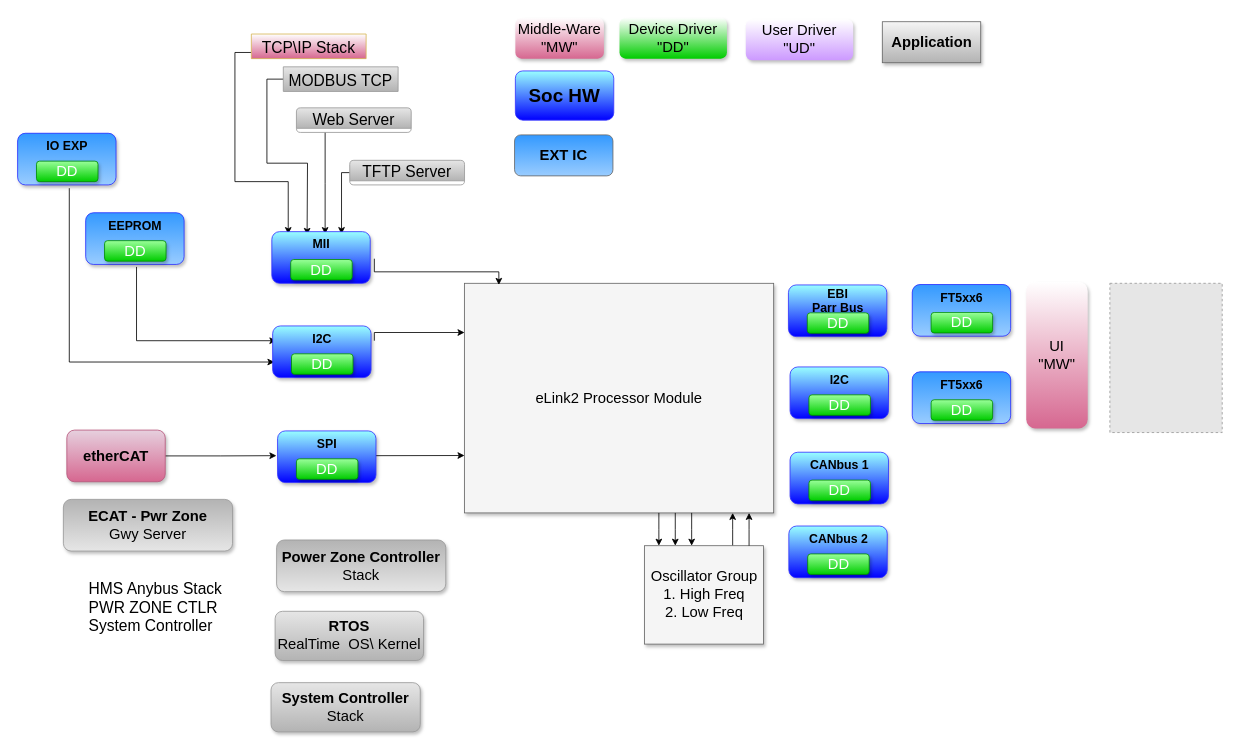
Above: page "Page-2" (2 of 2) of eLink2/anatomy_fw2.drawio in vkeiper/flowcharts (draw.io), before the change. Source tidied: cells renumbered, new cells numbered last; positions are measured from the earlier drawing's top-left corner, leaving out a move shared by most shapes. Both pictures are drawn from the tidied source at 82%, with x=0, y=0 at pixel (17, 17). Pictures stored in the file or linked from it are replaced by grey dashed boxes.
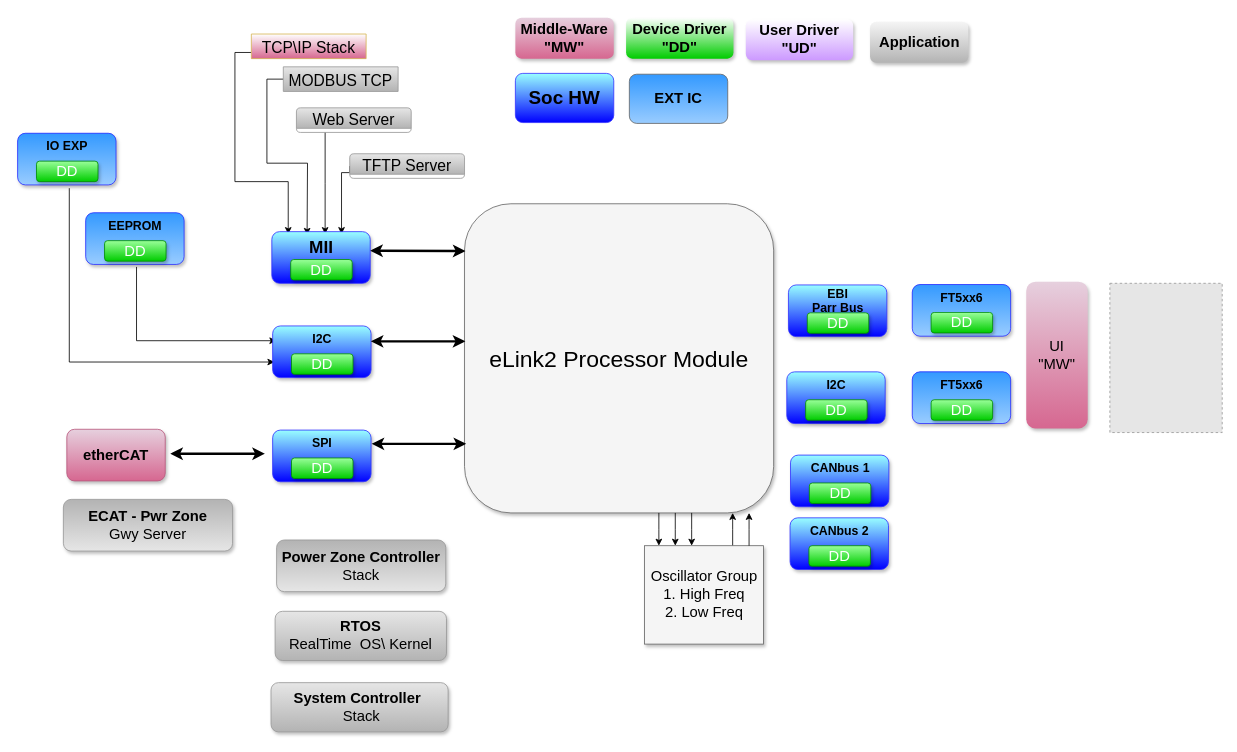
The same page after the edit.

The change refers to these unchanged cells:
```xml
<mxCell id="65" style="group;rounded=1;shadow=0;strokeColor=none;strokeWidth=4;fillColor=none;gradientColor=#E6D0DE;fontSize=15;fontColor=#000000;align=center;" parent="1" vertex="1">
  <mxGeometry x="310" y="261" width="120" height="63" as="geometry" />
</mxCell>
<mxCell id="69" style="group;rounded=1;shadow=0;strokeColor=none;strokeWidth=4;fillColor=none;gradientColor=#E6D0DE;fontSize=15;fontColor=#000000;align=center;" parent="1" vertex="1">
  <mxGeometry x="311" y="376" width="120" height="63" as="geometry" />
</mxCell>
```

The edit, as a diff of the source:
```diff
@@
-    <mxCell id="3" value="eLink2 Processor&amp;nbsp;Module&lt;br&gt;" style="whiteSpace=wrap;html=1;shadow=1;fontSize=18;fillColor=#f5f5f5;strokeColor=#666666;" parent="1" vertex="1">
-      <mxGeometry x="545" y="324" width="377" height="280" as="geometry" />
+    <mxCell id="3" value="&lt;font style=&quot;font-size: 28px&quot;&gt;eLink2 Processor&amp;nbsp;Module&lt;/font&gt;&lt;br&gt;" style="whiteSpace=wrap;html=1;shadow=1;fontSize=18;fillColor=#f5f5f5;strokeColor=#666666;rounded=1;" parent="1" vertex="1">
+      <mxGeometry x="545" y="227" width="377" height="377" as="geometry" />
     </mxCell>
     <mxCell id="4" value="&lt;b&gt;RTOS&lt;br&gt;&lt;/b&gt;RealTime&amp;nbsp; OS\ Kernel&lt;br&gt;" style="whiteSpace=wrap;html=1;shadow=1;fontSize=18;fillColor=#E6E6E6;strokeColor=#999999;gradientColor=#B3B3B3;rounded=1;" parent="1" vertex="1">
-      <mxGeometry x="314" y="724" width="181" height="60" as="geometry" />
+      <mxGeometry x="314" y="724" width="209" height="60" as="geometry" />
     </mxCell>
-    <mxCell id="5" style="edgeStyle=elbowEdgeStyle;rounded=0;html=1;startArrow=none;startFill=0;jettySize=auto;fontSize=18;elbow=vertical;" parent="1" edge="1" target="3">
-      <mxGeometry relative="1" as="geometry">
-        <mxPoint x="435" y="394" as="sourcePoint" />
-        <Array as="points">
-          <mxPoint x="722" y="384" />
-        </Array>
-      </mxGeometry>
-    </mxCell>
-    <mxCell id="6" style="edgeStyle=elbowEdgeStyle;rounded=0;html=1;startArrow=none;startFill=0;jettySize=auto;fontSize=18;elbow=vertical;" parent="1" edge="1" target="3">
-      <mxGeometry relative="1" as="geometry">
-        <mxPoint x="435" y="534.2" as="sourcePoint" />
-      </mxGeometry>
-    </mxCell>
@@
-    <mxCell id="14" style="edgeStyle=orthogonalEdgeStyle;rounded=0;jettySize=auto;html=1;exitX=1;exitY=0.5;exitDx=0;exitDy=0;entryX=0;entryY=0.5;entryDx=0;entryDy=0;" parent="1" edge="1" source="36">
-      <mxGeometry relative="1" as="geometry">
-        <mxPoint x="315.6" y="534.2" as="targetPoint" />
-      </mxGeometry>
-    </mxCell>
-    <mxCell id="15" value="HMS Anybus Stack&lt;br&gt;PWR ZONE CTLR&lt;br&gt;System Controller&lt;br&gt;" style="text;html=1;align=left;verticalAlign=top;spacingTop=-4;fontSize=19;gradientColor=#ffffff;" parent="1" vertex="1">
-      <mxGeometry x="85" y="683" width="180" height="70" as="geometry" />
-    </mxCell>
-    <mxCell id="16" style="edgeStyle=elbowEdgeStyle;rounded=0;html=1;startArrow=none;startFill=0;jettySize=auto;fontSize=18;elbow=vertical;entryX=0.111;entryY=0.007;entryDx=0;entryDy=0;entryPerimeter=0;" parent="1" edge="1" target="3">
-      <mxGeometry relative="1" as="geometry">
-        <mxPoint x="435" y="294" as="sourcePoint" />
-      </mxGeometry>
-    </mxCell>
@@
     <mxCell id="22" value="TFTP Server" style="swimlane;fillColor=#E6E6E6;strokeColor=#999999;fontSize=19;fontStyle=0;startSize=25;rounded=1;glass=0;comic=0;horizontal=1;gradientColor=#B3B3B3;" parent="1" vertex="1" collapsed="1">
-      <mxGeometry x="405" y="174" width="140" height="30" as="geometry" />
+      <mxGeometry x="405" y="166" width="140" height="30" as="geometry" />
     </mxCell>
-    <mxCell id="23" value="Middle-Ware &quot;MW&quot;" style="whiteSpace=wrap;html=1;shadow=1;fontSize=18;fillColor=#D66790;strokeColor=none;gradientColor=#FFFFFF;rounded=1;gradientDirection=north;" parent="1" vertex="1">
-      <mxGeometry x="607" width="108" height="50" as="geometry" />
+    <mxCell id="23" value="&lt;b&gt;Middle-Ware &quot;MW&quot;&lt;/b&gt;" style="whiteSpace=wrap;html=1;shadow=1;fontSize=18;fillColor=#D66790;strokeColor=none;gradientColor=#E6D0DE;rounded=1;gradientDirection=north;" parent="1" vertex="1">
+      <mxGeometry x="607" width="120" height="50" as="geometry" />
     </mxCell>
@@
-    <mxCell id="26" value="Device Driver&lt;br&gt;&quot;DD&quot;&lt;br&gt;" style="whiteSpace=wrap;html=1;shadow=1;fontSize=18;fillColor=#00CC00;strokeColor=none;fontColor=#000000;gradientColor=#ffffff;gradientDirection=north;rounded=1;" parent="1" vertex="1">
-      <mxGeometry x="734" width="131" height="50" as="geometry" />
+    <mxCell id="26" value="&lt;b&gt;Device Driver&lt;br&gt;&quot;DD&quot;&lt;/b&gt;&lt;br&gt;" style="whiteSpace=wrap;html=1;shadow=1;fontSize=18;fillColor=#00CC00;strokeColor=none;fontColor=#000000;gradientColor=#ffffff;gradientDirection=north;rounded=1;" parent="1" vertex="1">
+      <mxGeometry x="742" width="131" height="50" as="geometry" />
     </mxCell>
     <mxCell id="27" value="&lt;b&gt;EXT IC&lt;/b&gt;" style="whiteSpace=wrap;html=1;shadow=0;fontSize=18;fillColor=#99CCFF;strokeColor=#666666;gradientColor=#3399FF;gradientDirection=north;rounded=1;" parent="1" vertex="1">
-      <mxGeometry x="606" y="143" width="120" height="50" as="geometry" />
+      <mxGeometry x="746" y="69" width="120" height="60" as="geometry" />
     </mxCell>
-    <mxCell id="28" value="&lt;b&gt;System Controller&lt;/b&gt; Stack" style="whiteSpace=wrap;html=1;shadow=1;fontSize=18;fillColor=#E6E6E6;strokeColor=#999999;gradientColor=#B3B3B3;rounded=1;" parent="1" vertex="1">
-      <mxGeometry x="309" y="811" width="182" height="60" as="geometry" />
+    <mxCell id="28" value="&lt;b&gt;System Controller&lt;/b&gt;&amp;nbsp; &amp;nbsp;Stack" style="whiteSpace=wrap;html=1;shadow=1;fontSize=18;fillColor=#E6E6E6;strokeColor=#999999;gradientColor=#B3B3B3;rounded=1;" parent="1" vertex="1">
+      <mxGeometry x="309" y="811" width="216" height="60" as="geometry" />
     </mxCell>
@@
-    <mxCell id="30" value="&lt;font color=&quot;#000000&quot;&gt;User Driver&lt;br&gt;&quot;UD&quot;&lt;/font&gt;&lt;br&gt;" style="whiteSpace=wrap;html=1;shadow=1;fontSize=18;fillColor=#CC99FF;strokeColor=none;fontColor=#ffffff;gradientColor=#ffffff;gradientDirection=north;rounded=1;" parent="1" vertex="1">
+    <mxCell id="30" value="&lt;font color=&quot;#000000&quot;&gt;&lt;b&gt;User Driver&lt;br&gt;&quot;UD&quot;&lt;/b&gt;&lt;/font&gt;&lt;br&gt;" style="whiteSpace=wrap;html=1;shadow=1;fontSize=18;fillColor=#CC99FF;strokeColor=none;fontColor=#ffffff;gradientColor=#ffffff;gradientDirection=north;rounded=1;" parent="1" vertex="1">
       <mxGeometry x="888" y="2" width="131" height="50" as="geometry" />
     </mxCell>
-    <mxCell id="31" value="UI&lt;br&gt;&quot;MW&quot;&lt;br&gt;" style="whiteSpace=wrap;html=1;shadow=1;fontSize=18;fillColor=#D66790;strokeColor=none;gradientColor=#FFFFFF;rounded=1;gradientDirection=north;" parent="1" vertex="1">
+    <mxCell id="31" value="UI&lt;br&gt;&quot;MW&quot;&lt;br&gt;" style="whiteSpace=wrap;html=1;shadow=1;fontSize=18;fillColor=#D66790;strokeColor=none;gradientColor=#E6D0DE;rounded=1;gradientDirection=north;" parent="1" vertex="1">
       <mxGeometry x="1230" y="322" width="75" height="179" as="geometry" />
     </mxCell>
-    <mxCell id="32" value="&lt;b&gt;Application&lt;/b&gt;" style="whiteSpace=wrap;html=1;shadow=1;fontSize=18;fillColor=#f5f5f5;strokeColor=#666666;gradientColor=#B3B3B3;" parent="1" vertex="1">
-      <mxGeometry x="1054.5" y="5" width="120" height="50" as="geometry" />
+    <mxCell id="32" value="&lt;b&gt;Application&lt;/b&gt;" style="whiteSpace=wrap;html=1;shadow=1;fontSize=18;fillColor=#f5f5f5;strokeColor=none;gradientColor=#B3B3B3;rounded=1;" parent="1" vertex="1">
+      <mxGeometry x="1039.5" y="5" width="120" height="50" as="geometry" />
     </mxCell>
     <mxCell id="33" value="&lt;b&gt;&lt;font style=&quot;font-size: 23px&quot;&gt;Soc HW&lt;/font&gt;&lt;/b&gt;" style="whiteSpace=wrap;html=1;shadow=0;fontSize=18;fillColor=#0000FF;strokeColor=#3333FF;gradientColor=#99FFFF;gradientDirection=north;rounded=1;" parent="1" vertex="1">
-      <mxGeometry x="607" y="65" width="120" height="60" as="geometry" />
+      <mxGeometry x="607" y="68" width="120" height="60" as="geometry" />
     </mxCell>
@@
     <mxCell id="36" value="&lt;b&gt;etherCAT&lt;/b&gt;" style="whiteSpace=wrap;html=1;shadow=1;fontSize=18;fillColor=#D66790;strokeColor=#B8587C;gradientColor=#E6D0DE;gradientDirection=north;rounded=1;" parent="1" vertex="1">
-      <mxGeometry x="60" y="503" width="120" height="63" as="geometry" />
+      <mxGeometry x="60" y="502" width="120" height="63" as="geometry" />
     </mxCell>
     <mxCell id="37" style="group;rounded=0;shadow=0;strokeColor=none;strokeWidth=4;fillColor=none;gradientColor=#E6D0DE;fontSize=15;fontColor=#000000;align=center;" parent="1" vertex="1">
-      <mxGeometry x="940.5" y="620" width="120" height="63" as="geometry" />
+      <mxGeometry x="942" y="610" width="120" height="63" as="geometry" />
     </mxCell>
@@
     <mxCell id="45" style="group;rounded=1;shadow=0;strokeColor=none;strokeWidth=4;fillColor=none;gradientColor=#E6D0DE;fontSize=15;fontColor=#000000;align=center;" parent="1" vertex="1">
-      <mxGeometry x="942" y="426" width="120" height="63" as="geometry" />
+      <mxGeometry x="938" y="432" width="120" height="63" as="geometry" />
     </mxCell>
@@
     <mxCell id="49" style="group;" parent="1" vertex="1">
-      <mxGeometry x="942" y="530" width="120" height="63" as="geometry" />
+      <mxGeometry x="942.5" y="533.5" width="120" height="63" as="geometry" />
     </mxCell>
@@
-    <mxCell id="67" value="MII" style="text;html=1;fontSize=15;fontColor=#000000;align=center;fontStyle=1;" parent="65" vertex="1">
-      <mxGeometry width="120" height="24" as="geometry" />
+    <mxCell id="67" value="&lt;font style=&quot;font-size: 21px&quot;&gt;MII&lt;/font&gt;" style="text;html=1;fontSize=15;fontColor=#000000;align=center;fontStyle=1;" parent="65" vertex="1">
+      <mxGeometry width="120" height="31" as="geometry" />
     </mxCell>
@@
     <mxCell id="71" value="I2C" style="text;html=1;fontSize=15;fontColor=#000000;align=center;fontStyle=1;" parent="69" vertex="1">
-      <mxGeometry width="120" height="24" as="geometry" />
+      <mxGeometry width="120" height="26" as="geometry" />
     </mxCell>
@@
     <mxCell id="73" style="group;rounded=1;shadow=0;strokeColor=none;strokeWidth=4;fillColor=none;gradientColor=#E6D0DE;fontSize=15;fontColor=#000000;align=center;" parent="1" vertex="1">
-      <mxGeometry x="317" y="504" width="120" height="63" as="geometry" />
+      <mxGeometry x="311" y="503" width="120" height="63" as="geometry" />
     </mxCell>
@@
+    <mxCell id="90" style="edgeStyle=orthogonalEdgeStyle;curved=1;jettySize=auto;html=1;exitX=1;exitY=0.75;exitDx=0;exitDy=0;entryX=0.003;entryY=0.153;entryDx=0;entryDy=0;entryPerimeter=0;startArrow=classic;startFill=1;endArrow=classic;endFill=1;strokeWidth=3;fontSize=15;fontColor=#000000;" parent="1" edge="1" source="67" target="3">
+      <mxGeometry relative="1" as="geometry" />
+    </mxCell>
+    <mxCell id="91" style="edgeStyle=orthogonalEdgeStyle;curved=1;orthogonalLoop=1;jettySize=auto;html=1;exitX=1;exitY=0.75;exitDx=0;exitDy=0;entryX=0;entryY=0.075;entryDx=0;entryDy=0;entryPerimeter=0;startArrow=classic;startFill=1;endArrow=classic;endFill=1;strokeWidth=3;fontSize=15;fontColor=#000000;" parent="1" edge="1">
+      <mxGeometry relative="1" as="geometry">
+        <mxPoint x="430.7" y="394.8" as="sourcePoint" />
+        <mxPoint x="546" y="394.8" as="targetPoint" />
+      </mxGeometry>
+    </mxCell>
+    <mxCell id="92" style="edgeStyle=orthogonalEdgeStyle;curved=1;orthogonalLoop=1;jettySize=auto;html=1;exitX=1;exitY=0.75;exitDx=0;exitDy=0;entryX=0;entryY=0.075;entryDx=0;entryDy=0;entryPerimeter=0;startArrow=classic;startFill=1;endArrow=classic;endFill=1;strokeWidth=3;fontSize=15;fontColor=#000000;" parent="1" edge="1">
+      <mxGeometry relative="1" as="geometry">
+        <mxPoint x="431.7" y="519.8" as="sourcePoint" />
+        <mxPoint x="547" y="519.8" as="targetPoint" />
+      </mxGeometry>
+    </mxCell>
+    <mxCell id="93" style="edgeStyle=orthogonalEdgeStyle;curved=1;orthogonalLoop=1;jettySize=auto;html=1;exitX=1;exitY=0.75;exitDx=0;exitDy=0;entryX=0;entryY=0.075;entryDx=0;entryDy=0;entryPerimeter=0;startArrow=classic;startFill=1;endArrow=classic;endFill=1;strokeWidth=3;fontSize=15;fontColor=#000000;" parent="1" edge="1">
+      <mxGeometry relative="1" as="geometry">
+        <mxPoint x="186.2" y="531.8" as="sourcePoint" />
+        <mxPoint x="301.5" y="531.8" as="targetPoint" />
+      </mxGeometry>
+    </mxCell>
```
